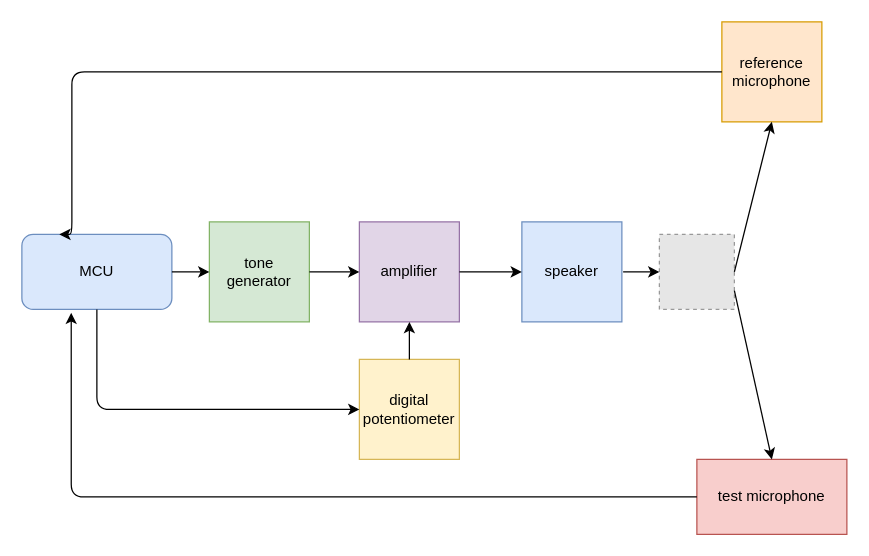
The draw.io diagram gozaresh/Untitled Diagram.drawio in ali-ghazi78/audiometer, before the edit. Source tidied: cells renumbered, new cells numbered last; positions are measured from the earlier drawing's top-left corner, leaving out a move shared by most shapes. Both pictures are drawn from the tidied source at 125%, with x=0, y=0 at pixel (21, 21). Pictures stored in the file or linked from it are replaced by grey dashed boxes.
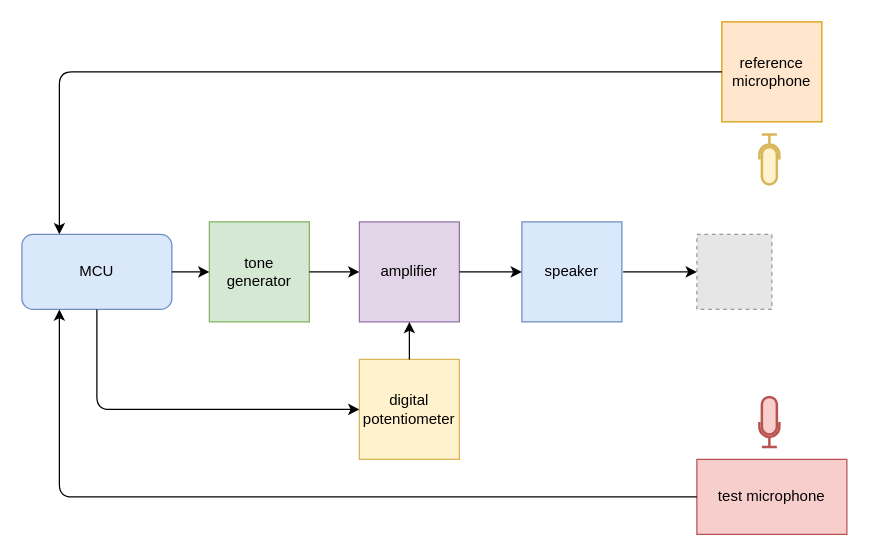
The same page after the edit.

The change refers to these unchanged cells:
```xml
<mxCell id="2" value="MCU" style="rounded=1;whiteSpace=wrap;html=1;fillColor=#dae8fc;strokeColor=#6c8ebf;" parent="1" vertex="1">
  <mxGeometry y="170" width="120" height="60" as="geometry" />
</mxCell>
<mxCell id="3" value="reference microphone" style="whiteSpace=wrap;html=1;fillColor=#ffe6cc;strokeColor=#d79b00;" parent="1" vertex="1">
  <mxGeometry x="560" width="80" height="80" as="geometry" />
</mxCell>
<mxCell id="4" value="test microphone" style="rounded=0;whiteSpace=wrap;html=1;fillColor=#f8cecc;strokeColor=#b85450;" parent="1" vertex="1">
  <mxGeometry x="540" y="350" width="120" height="60" as="geometry" />
</mxCell>
```

The edit, as a diff of the source:
```diff
@@
     <mxCell id="13" style="edgeStyle=segmentEdgeStyle;endArrow=classic;html=1;exitX=0;exitY=0.5;exitDx=0;exitDy=0;entryX=0.25;entryY=0;entryDx=0;entryDy=0;" parent="1" edge="1" source="3" target="2">
       <mxGeometry relative="1" as="geometry">
         <Array as="points">
-          <mxPoint x="40" y="40" />
-          <mxPoint x="40" y="170" />
+          <mxPoint x="30" y="40" />
         </Array>
       </mxGeometry>
     </mxCell>
-    <mxCell id="14" style="edgeStyle=segmentEdgeStyle;endArrow=classic;html=1;entryX=0.329;entryY=1.046;entryDx=0;entryDy=0;entryPerimeter=0;exitX=0;exitY=0.5;exitDx=0;exitDy=0;" parent="1" edge="1" source="4" target="2">
+    <mxCell id="14" style="edgeStyle=segmentEdgeStyle;endArrow=classic;html=1;exitX=0;exitY=0.5;exitDx=0;exitDy=0;entryX=0.25;entryY=1;entryDx=0;entryDy=0;" parent="1" edge="1" source="4" target="2">
       <mxGeometry relative="1" as="geometry">
         <Array as="points">
-          <mxPoint x="39" y="380" />
+          <mxPoint x="30" y="380" />
         </Array>
       </mxGeometry>
     </mxCell>
@@
     <mxCell id="16" style="fillColor=#E6E6E6;strokeColor=#999999;dashed=1;html=1;verticalAlign=top;verticalLabelPosition=bottom;labelBackgroundColor=#ffffff;" parent="1" vertex="1">
-      <mxGeometry x="510" y="170" width="60" height="60" as="geometry" />
+      <mxGeometry x="540" y="170" width="60" height="60" as="geometry" />
     </mxCell>
-    <mxCell id="17" style="endArrow=classic;html=1;exitX=1;exitY=0.5;exitDx=0;exitDy=0;entryX=0.5;entryY=1;entryDx=0;entryDy=0;" parent="1" edge="1" source="16" target="3">
-      <mxGeometry relative="1" as="geometry" />
-    </mxCell>
-    <mxCell id="18" style="endArrow=classic;html=1;exitX=1;exitY=0.75;exitDx=0;exitDy=0;entryX=0.5;entryY=0;entryDx=0;entryDy=0;" parent="1" edge="1" source="16" target="4">
-      <mxGeometry relative="1" as="geometry" />
-    </mxCell>
@@
+    <mxCell id="20" style="html=1;verticalLabelPosition=bottom;align=center;labelBackgroundColor=#ffffff;verticalAlign=top;strokeWidth=2;strokeColor=#d6b656;shadow=0;dashed=0;shape=mxgraph.ios7.icons.microphone;fillColor=#fff2cc;direction=west;" parent="1" vertex="1">
+      <mxGeometry x="590" y="90" width="16" height="40" as="geometry" />
+    </mxCell>
+    <mxCell id="21" style="html=1;verticalLabelPosition=bottom;align=center;labelBackgroundColor=#ffffff;verticalAlign=top;strokeWidth=2;strokeColor=#b85450;shadow=0;dashed=0;shape=mxgraph.ios7.icons.microphone;fillColor=#f8cecc;direction=east;" parent="1" vertex="1">
+      <mxGeometry x="590" y="300" width="16" height="40" as="geometry" />
+    </mxCell>
```
